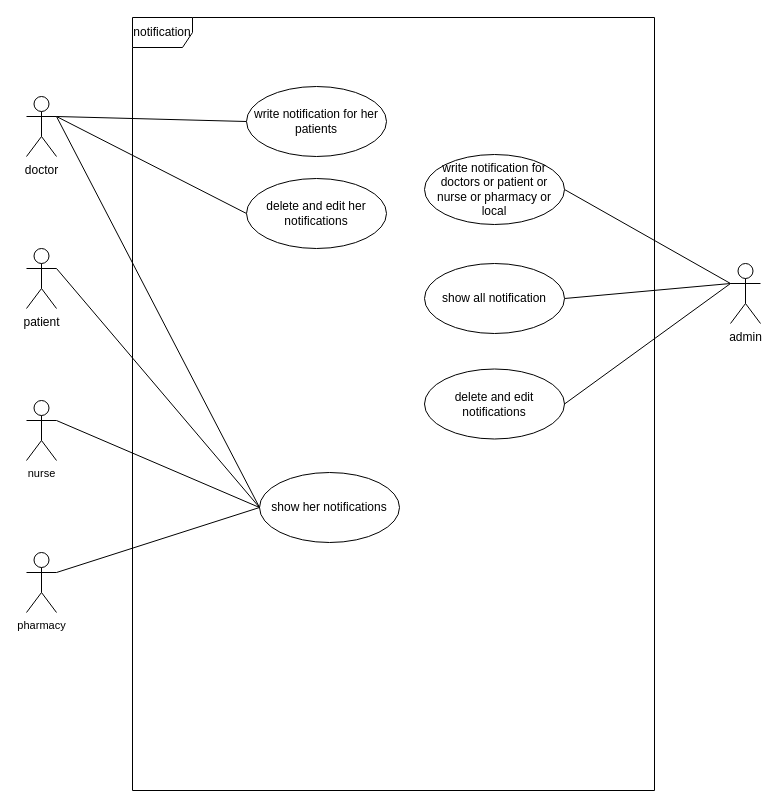
This is USECASE/notification.drawio from SalehAskari/telemedicine, a draw.io file, before an edit. Source tidied: cells renumbered, new cells numbered last; positions are measured from the earlier drawing's top-left corner, leaving out a move shared by most shapes. Both pictures are drawn from the tidied source at 100%, with x=0, y=0 at pixel (26, 17).
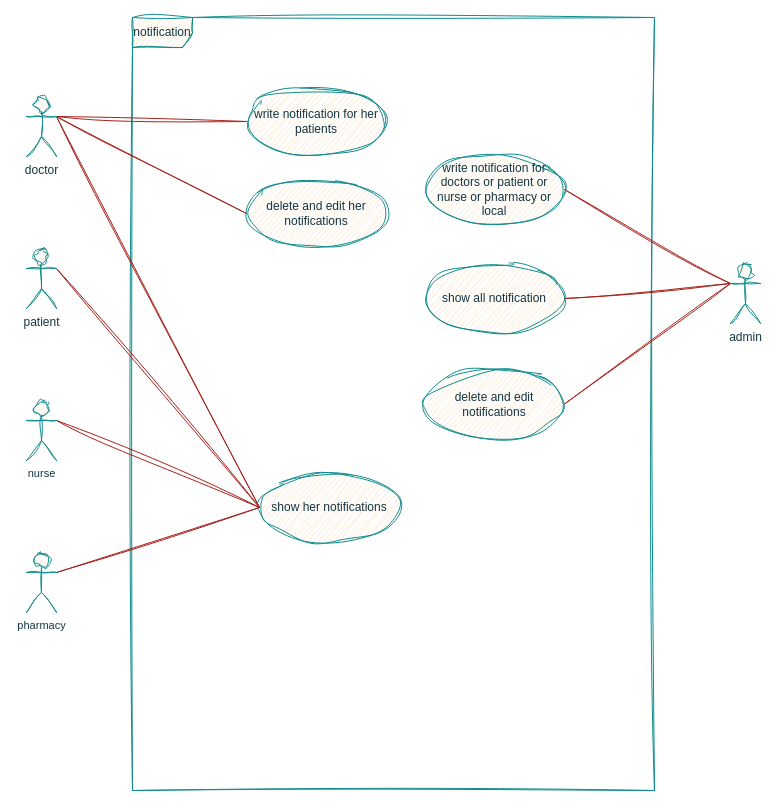
Above is the later version.

What changed in the source:
```diff
@@
-    <mxCell id="2" value="notification" style="shape=umlFrame;whiteSpace=wrap;html=1;" parent="1" vertex="1">
+    <mxCell id="2" value="notification" style="shape=umlFrame;whiteSpace=wrap;html=1;sketch=1;curveFitting=1;jiggle=2;labelBackgroundColor=none;fillColor=#FAE5C7;strokeColor=#0F8B8D;fontColor=#143642;" parent="1" vertex="1">
       <mxGeometry x="106" width="522" height="773" as="geometry" />
     </mxCell>
-    <mxCell id="3" style="rounded=0;jettySize=auto;html=1;exitX=1;exitY=0.3333333333333333;exitDx=0;exitDy=0;exitPerimeter=0;entryX=0;entryY=0.5;entryDx=0;entryDy=0;endArrow=none;startFill=0;" parent="1" edge="1" source="6" target="13">
+    <mxCell id="3" style="rounded=0;jettySize=auto;html=1;exitX=1;exitY=0.3333333333333333;exitDx=0;exitDy=0;exitPerimeter=0;entryX=0;entryY=0.5;entryDx=0;entryDy=0;endArrow=none;startFill=0;sketch=1;curveFitting=1;jiggle=2;labelBackgroundColor=none;strokeColor=#A8201A;fontColor=default;" parent="1" edge="1" source="6" target="13">
       <mxGeometry relative="1" as="geometry" />
     </mxCell>
-    <mxCell id="4" style="edgeStyle=none;shape=connector;rounded=0;jettySize=auto;html=1;exitX=1;exitY=0.3333333333333333;exitDx=0;exitDy=0;exitPerimeter=0;entryX=0;entryY=0.5;entryDx=0;entryDy=0;strokeColor=default;align=center;verticalAlign=middle;fontFamily=Helvetica;fontSize=11;fontColor=default;labelBackgroundColor=default;startFill=0;endArrow=none;" parent="1" edge="1" source="6" target="14">
+    <mxCell id="4" style="edgeStyle=none;shape=connector;rounded=0;jettySize=auto;html=1;exitX=1;exitY=0.3333333333333333;exitDx=0;exitDy=0;exitPerimeter=0;entryX=0;entryY=0.5;entryDx=0;entryDy=0;strokeColor=#A8201A;align=center;verticalAlign=middle;fontFamily=Helvetica;fontSize=11;fontColor=default;labelBackgroundColor=none;startFill=0;endArrow=none;sketch=1;curveFitting=1;jiggle=2;" parent="1" edge="1" source="6" target="14">
       <mxGeometry relative="1" as="geometry" />
     </mxCell>
-    <mxCell id="5" style="edgeStyle=none;shape=connector;rounded=0;jettySize=auto;html=1;exitX=1;exitY=0.3333333333333333;exitDx=0;exitDy=0;exitPerimeter=0;entryX=0;entryY=0.5;entryDx=0;entryDy=0;strokeColor=default;align=center;verticalAlign=middle;fontFamily=Helvetica;fontSize=11;fontColor=default;labelBackgroundColor=default;startFill=0;endArrow=none;" parent="1" edge="1" source="6" target="22">
+    <mxCell id="5" style="edgeStyle=none;shape=connector;rounded=0;jettySize=auto;html=1;exitX=1;exitY=0.3333333333333333;exitDx=0;exitDy=0;exitPerimeter=0;entryX=0;entryY=0.5;entryDx=0;entryDy=0;strokeColor=#A8201A;align=center;verticalAlign=middle;fontFamily=Helvetica;fontSize=11;fontColor=default;labelBackgroundColor=none;startFill=0;endArrow=none;sketch=1;curveFitting=1;jiggle=2;" parent="1" edge="1" source="6" target="22">
       <mxGeometry relative="1" as="geometry" />
     </mxCell>
-    <mxCell id="6" value="doctor" style="shape=umlActor;verticalLabelPosition=bottom;verticalAlign=top;html=1;" parent="1" vertex="1">
+    <mxCell id="6" value="doctor" style="shape=umlActor;verticalLabelPosition=bottom;verticalAlign=top;html=1;sketch=1;curveFitting=1;jiggle=2;labelBackgroundColor=none;fillColor=#FAE5C7;strokeColor=#0F8B8D;fontColor=#143642;" parent="1" vertex="1">
       <mxGeometry y="79" width="30" height="60" as="geometry" />
     </mxCell>
-    <mxCell id="7" style="edgeStyle=none;shape=connector;rounded=0;jettySize=auto;html=1;exitX=1;exitY=0.3333333333333333;exitDx=0;exitDy=0;exitPerimeter=0;entryX=0;entryY=0.5;entryDx=0;entryDy=0;strokeColor=default;align=center;verticalAlign=middle;fontFamily=Helvetica;fontSize=11;fontColor=default;labelBackgroundColor=default;startFill=0;endArrow=none;" parent="1" edge="1" source="8" target="14">
+    <mxCell id="7" style="edgeStyle=none;shape=connector;rounded=0;jettySize=auto;html=1;exitX=1;exitY=0.3333333333333333;exitDx=0;exitDy=0;exitPerimeter=0;entryX=0;entryY=0.5;entryDx=0;entryDy=0;strokeColor=#A8201A;align=center;verticalAlign=middle;fontFamily=Helvetica;fontSize=11;fontColor=default;labelBackgroundColor=none;startFill=0;endArrow=none;sketch=1;curveFitting=1;jiggle=2;" parent="1" edge="1" source="8" target="14">
       <mxGeometry relative="1" as="geometry" />
     </mxCell>
-    <mxCell id="8" value="patient" style="shape=umlActor;verticalLabelPosition=bottom;verticalAlign=top;html=1;" parent="1" vertex="1">
+    <mxCell id="8" value="patient" style="shape=umlActor;verticalLabelPosition=bottom;verticalAlign=top;html=1;sketch=1;curveFitting=1;jiggle=2;labelBackgroundColor=none;fillColor=#FAE5C7;strokeColor=#0F8B8D;fontColor=#143642;" parent="1" vertex="1">
       <mxGeometry y="231" width="30" height="60" as="geometry" />
     </mxCell>
-    <mxCell id="9" style="edgeStyle=none;shape=connector;rounded=0;jettySize=auto;html=1;exitX=0;exitY=0.3333333333333333;exitDx=0;exitDy=0;exitPerimeter=0;entryX=1;entryY=0.5;entryDx=0;entryDy=0;strokeColor=default;align=center;verticalAlign=middle;fontFamily=Helvetica;fontSize=11;fontColor=default;labelBackgroundColor=default;startFill=0;endArrow=none;" parent="1" edge="1" source="12" target="19">
+    <mxCell id="9" style="edgeStyle=none;shape=connector;rounded=0;jettySize=auto;html=1;exitX=0;exitY=0.3333333333333333;exitDx=0;exitDy=0;exitPerimeter=0;entryX=1;entryY=0.5;entryDx=0;entryDy=0;strokeColor=#A8201A;align=center;verticalAlign=middle;fontFamily=Helvetica;fontSize=11;fontColor=default;labelBackgroundColor=none;startFill=0;endArrow=none;sketch=1;curveFitting=1;jiggle=2;" parent="1" edge="1" source="12" target="19">
       <mxGeometry relative="1" as="geometry" />
     </mxCell>
-    <mxCell id="10" style="edgeStyle=none;shape=connector;rounded=0;jettySize=auto;html=1;exitX=0;exitY=0.3333333333333333;exitDx=0;exitDy=0;exitPerimeter=0;entryX=1;entryY=0.5;entryDx=0;entryDy=0;strokeColor=default;align=center;verticalAlign=middle;fontFamily=Helvetica;fontSize=11;fontColor=default;labelBackgroundColor=default;startFill=0;endArrow=none;" parent="1" edge="1" source="12" target="20">
+    <mxCell id="10" style="edgeStyle=none;shape=connector;rounded=0;jettySize=auto;html=1;exitX=0;exitY=0.3333333333333333;exitDx=0;exitDy=0;exitPerimeter=0;entryX=1;entryY=0.5;entryDx=0;entryDy=0;strokeColor=#A8201A;align=center;verticalAlign=middle;fontFamily=Helvetica;fontSize=11;fontColor=default;labelBackgroundColor=none;startFill=0;endArrow=none;sketch=1;curveFitting=1;jiggle=2;" parent="1" edge="1" source="12" target="20">
       <mxGeometry relative="1" as="geometry" />
     </mxCell>
-    <mxCell id="11" style="edgeStyle=none;shape=connector;rounded=0;jettySize=auto;html=1;exitX=0;exitY=0.3333333333333333;exitDx=0;exitDy=0;exitPerimeter=0;entryX=1;entryY=0.5;entryDx=0;entryDy=0;strokeColor=default;align=center;verticalAlign=middle;fontFamily=Helvetica;fontSize=11;fontColor=default;labelBackgroundColor=default;startFill=0;endArrow=none;" parent="1" edge="1" source="12" target="21">
+    <mxCell id="11" style="edgeStyle=none;shape=connector;rounded=0;jettySize=auto;html=1;exitX=0;exitY=0.3333333333333333;exitDx=0;exitDy=0;exitPerimeter=0;entryX=1;entryY=0.5;entryDx=0;entryDy=0;strokeColor=#A8201A;align=center;verticalAlign=middle;fontFamily=Helvetica;fontSize=11;fontColor=default;labelBackgroundColor=none;startFill=0;endArrow=none;sketch=1;curveFitting=1;jiggle=2;" parent="1" edge="1" source="12" target="21">
       <mxGeometry relative="1" as="geometry" />
     </mxCell>
-    <mxCell id="12" value="admin" style="shape=umlActor;verticalLabelPosition=bottom;verticalAlign=top;html=1;" parent="1" vertex="1">
+    <mxCell id="12" value="admin" style="shape=umlActor;verticalLabelPosition=bottom;verticalAlign=top;html=1;sketch=1;curveFitting=1;jiggle=2;labelBackgroundColor=none;fillColor=#FAE5C7;strokeColor=#0F8B8D;fontColor=#143642;" parent="1" vertex="1">
       <mxGeometry x="704" y="246" width="30" height="60" as="geometry" />
     </mxCell>
-    <mxCell id="13" value="write notification for her patients" style="ellipse;whiteSpace=wrap;html=1;" parent="1" vertex="1">
+    <mxCell id="13" value="write notification for her patients" style="ellipse;whiteSpace=wrap;html=1;sketch=1;curveFitting=1;jiggle=2;labelBackgroundColor=none;fillColor=#FAE5C7;strokeColor=#0F8B8D;fontColor=#143642;" parent="1" vertex="1">
       <mxGeometry x="220" y="69" width="140" height="70" as="geometry" />
     </mxCell>
-    <mxCell id="14" value="show her notifications" style="ellipse;whiteSpace=wrap;html=1;" parent="1" vertex="1">
+    <mxCell id="14" value="show her notifications" style="ellipse;whiteSpace=wrap;html=1;sketch=1;curveFitting=1;jiggle=2;labelBackgroundColor=none;fillColor=#FAE5C7;strokeColor=#0F8B8D;fontColor=#143642;" parent="1" vertex="1">
       <mxGeometry x="233" y="455" width="140" height="70" as="geometry" />
     </mxCell>
-    <mxCell id="15" style="edgeStyle=none;shape=connector;rounded=0;jettySize=auto;html=1;exitX=1;exitY=0.3333333333333333;exitDx=0;exitDy=0;exitPerimeter=0;entryX=0;entryY=0.5;entryDx=0;entryDy=0;strokeColor=default;align=center;verticalAlign=middle;fontFamily=Helvetica;fontSize=11;fontColor=default;labelBackgroundColor=default;startFill=0;endArrow=none;" parent="1" edge="1" source="16" target="14">
+    <mxCell id="15" style="edgeStyle=none;shape=connector;rounded=0;jettySize=auto;html=1;exitX=1;exitY=0.3333333333333333;exitDx=0;exitDy=0;exitPerimeter=0;entryX=0;entryY=0.5;entryDx=0;entryDy=0;strokeColor=#A8201A;align=center;verticalAlign=middle;fontFamily=Helvetica;fontSize=11;fontColor=default;labelBackgroundColor=none;startFill=0;endArrow=none;sketch=1;curveFitting=1;jiggle=2;" parent="1" edge="1" source="16" target="14">
       <mxGeometry relative="1" as="geometry" />
     </mxCell>
-    <mxCell id="16" value="nurse" style="shape=umlActor;verticalLabelPosition=bottom;verticalAlign=top;html=1;fontFamily=Helvetica;fontSize=11;fontColor=default;labelBackgroundColor=default;" parent="1" vertex="1">
+    <mxCell id="16" value="nurse" style="shape=umlActor;verticalLabelPosition=bottom;verticalAlign=top;html=1;fontFamily=Helvetica;fontSize=11;fontColor=#143642;labelBackgroundColor=none;sketch=1;curveFitting=1;jiggle=2;fillColor=#FAE5C7;strokeColor=#0F8B8D;" parent="1" vertex="1">
       <mxGeometry y="383" width="30" height="60" as="geometry" />
     </mxCell>
-    <mxCell id="17" style="edgeStyle=none;shape=connector;rounded=0;jettySize=auto;html=1;exitX=1;exitY=0.3333333333333333;exitDx=0;exitDy=0;exitPerimeter=0;entryX=0;entryY=0.5;entryDx=0;entryDy=0;strokeColor=default;align=center;verticalAlign=middle;fontFamily=Helvetica;fontSize=11;fontColor=default;labelBackgroundColor=default;startFill=0;endArrow=none;" parent="1" edge="1" source="18" target="14">
+    <mxCell id="17" style="edgeStyle=none;shape=connector;rounded=0;jettySize=auto;html=1;exitX=1;exitY=0.3333333333333333;exitDx=0;exitDy=0;exitPerimeter=0;entryX=0;entryY=0.5;entryDx=0;entryDy=0;strokeColor=#A8201A;align=center;verticalAlign=middle;fontFamily=Helvetica;fontSize=11;fontColor=default;labelBackgroundColor=none;startFill=0;endArrow=none;sketch=1;curveFitting=1;jiggle=2;" parent="1" edge="1" source="18" target="14">
       <mxGeometry relative="1" as="geometry" />
     </mxCell>
-    <mxCell id="18" value="pharmacy" style="shape=umlActor;verticalLabelPosition=bottom;verticalAlign=top;html=1;fontFamily=Helvetica;fontSize=11;fontColor=default;labelBackgroundColor=default;" parent="1" vertex="1">
+    <mxCell id="18" value="pharmacy" style="shape=umlActor;verticalLabelPosition=bottom;verticalAlign=top;html=1;fontFamily=Helvetica;fontSize=11;fontColor=#143642;labelBackgroundColor=none;sketch=1;curveFitting=1;jiggle=2;fillColor=#FAE5C7;strokeColor=#0F8B8D;" parent="1" vertex="1">
       <mxGeometry y="535" width="30" height="60" as="geometry" />
     </mxCell>
-    <mxCell id="19" value="show all notification" style="ellipse;whiteSpace=wrap;html=1;" parent="1" vertex="1">
+    <mxCell id="19" value="show all notification" style="ellipse;whiteSpace=wrap;html=1;sketch=1;curveFitting=1;jiggle=2;labelBackgroundColor=none;fillColor=#FAE5C7;strokeColor=#0F8B8D;fontColor=#143642;" parent="1" vertex="1">
       <mxGeometry x="398" y="246" width="140" height="70" as="geometry" />
     </mxCell>
-    <mxCell id="20" value="delete and edit notifications" style="ellipse;whiteSpace=wrap;html=1;" parent="1" vertex="1">
+    <mxCell id="20" value="delete and edit notifications" style="ellipse;whiteSpace=wrap;html=1;sketch=1;curveFitting=1;jiggle=2;labelBackgroundColor=none;fillColor=#FAE5C7;strokeColor=#0F8B8D;fontColor=#143642;" parent="1" vertex="1">
       <mxGeometry x="398" y="351.5" width="140" height="70" as="geometry" />
     </mxCell>
-    <mxCell id="21" value="write notification for doctors or patient or nurse or pharmacy or local" style="ellipse;whiteSpace=wrap;html=1;" parent="1" vertex="1">
+    <mxCell id="21" value="write notification for doctors or patient or nurse or pharmacy or local" style="ellipse;whiteSpace=wrap;html=1;sketch=1;curveFitting=1;jiggle=2;labelBackgroundColor=none;fillColor=#FAE5C7;strokeColor=#0F8B8D;fontColor=#143642;" parent="1" vertex="1">
       <mxGeometry x="398" y="137" width="140" height="70" as="geometry" />
     </mxCell>
-    <mxCell id="22" value="delete and edit her notifications" style="ellipse;whiteSpace=wrap;html=1;" parent="1" vertex="1">
+    <mxCell id="22" value="delete and edit her notifications" style="ellipse;whiteSpace=wrap;html=1;sketch=1;curveFitting=1;jiggle=2;labelBackgroundColor=none;fillColor=#FAE5C7;strokeColor=#0F8B8D;fontColor=#143642;" parent="1" vertex="1">
       <mxGeometry x="220" y="161" width="140" height="70" as="geometry" />
     </mxCell>
```
